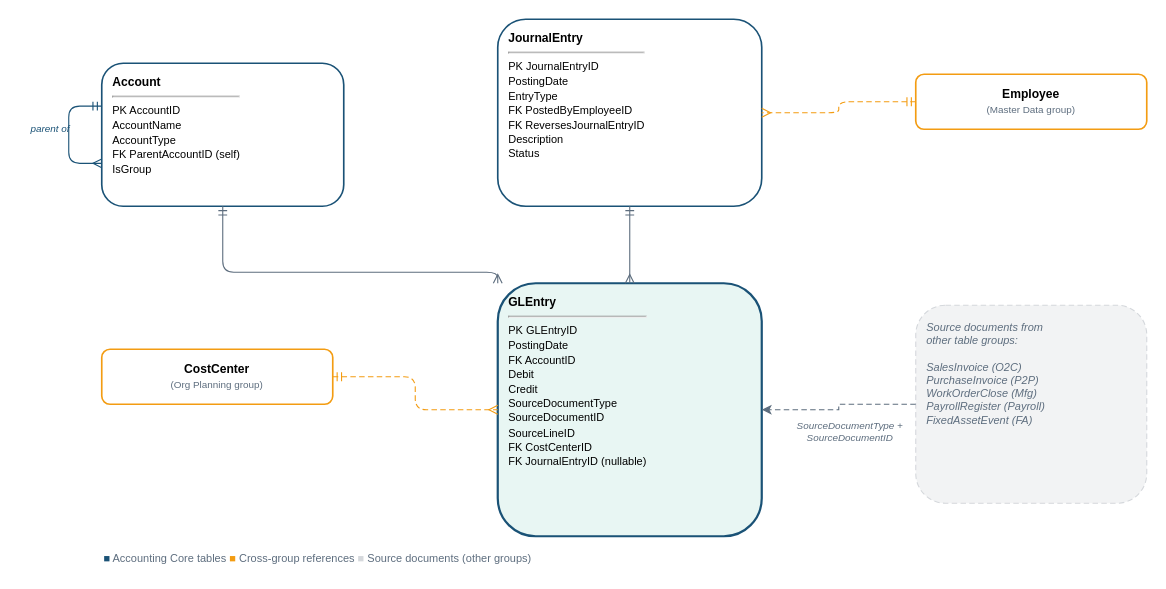
mmcodesso/Accounting_Analytics_Book keeps this draw.io diagram as visuals/src/fig-01-06-accounting-core-er.drawio. Above is the earlier version. Source tidied: cells renumbered, new cells numbered last; positions are measured from the earlier drawing's top-left corner, leaving out a move shared by most shapes. Both pictures are drawn from the tidied source at 110%, with x=0, y=0 at pixel (19, 19).
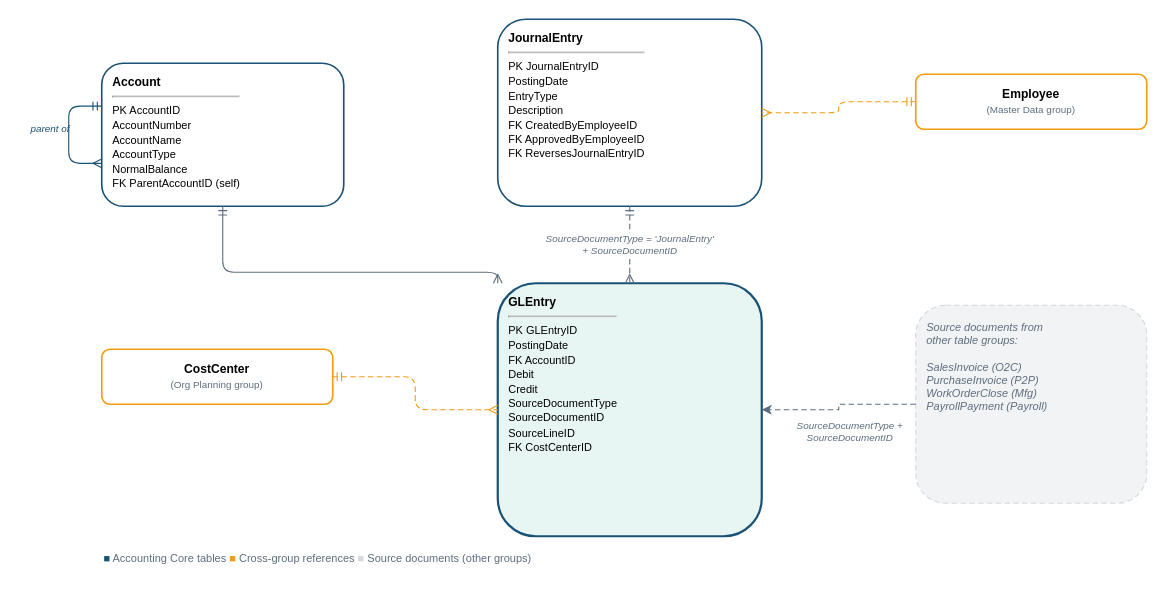
The same diagram, later.

The edit, as a diff of the source:
```diff
@@
-    <mxCell id="2" value="&lt;b&gt;Account&lt;/b&gt;&lt;hr&gt;&lt;font style='font-size:10px'&gt;PK AccountID&lt;br&gt;AccountName&lt;br&gt;AccountType&lt;br&gt;FK ParentAccountID (self)&lt;br&gt;IsGroup&lt;/font&gt;" style="rounded=1;whiteSpace=wrap;html=1;fillColor=#FFFFFF;strokeColor=#1A5276;strokeWidth=1.5;fontSize=11;fontFamily=Arial;align=left;spacingLeft=8;verticalAlign=top;spacingTop=4;" parent="1" vertex="1">
+    <mxCell id="2" value="&lt;b&gt;Account&lt;/b&gt;&lt;hr&gt;&lt;font style='font-size:10px'&gt;PK AccountID&lt;br&gt;AccountNumber&lt;br&gt;AccountName&lt;br&gt;AccountType&lt;br&gt;NormalBalance&lt;br&gt;FK ParentAccountID (self)&lt;/font&gt;" style="rounded=1;whiteSpace=wrap;html=1;fillColor=#FFFFFF;strokeColor=#1A5276;strokeWidth=1.5;fontSize=11;fontFamily=Arial;align=left;spacingLeft=8;verticalAlign=top;spacingTop=4;" parent="1" vertex="1">
       <mxGeometry x="75" y="40" width="220" height="130" as="geometry" />
     </mxCell>
@@
-    <mxCell id="5" value="&lt;b&gt;JournalEntry&lt;/b&gt;&lt;hr&gt;&lt;font style='font-size:10px'&gt;PK JournalEntryID&lt;br&gt;PostingDate&lt;br&gt;EntryType&lt;br&gt;FK PostedByEmployeeID&lt;br&gt;FK ReversesJournalEntryID&lt;br&gt;Description&lt;br&gt;Status&lt;/font&gt;" style="rounded=1;whiteSpace=wrap;html=1;fillColor=#FFFFFF;strokeColor=#1A5276;strokeWidth=1.5;fontSize=11;fontFamily=Arial;align=left;spacingLeft=8;verticalAlign=top;spacingTop=4;" parent="1" vertex="1">
+    <mxCell id="5" value="&lt;b&gt;JournalEntry&lt;/b&gt;&lt;hr&gt;&lt;font style='font-size:10px'&gt;PK JournalEntryID&lt;br&gt;PostingDate&lt;br&gt;EntryType&lt;br&gt;Description&lt;br&gt;FK CreatedByEmployeeID&lt;br&gt;FK ApprovedByEmployeeID&lt;br&gt;FK ReversesJournalEntryID&lt;/font&gt;" style="rounded=1;whiteSpace=wrap;html=1;fillColor=#FFFFFF;strokeColor=#1A5276;strokeWidth=1.5;fontSize=11;fontFamily=Arial;align=left;spacingLeft=8;verticalAlign=top;spacingTop=4;" parent="1" vertex="1">
       <mxGeometry x="435" width="240" height="170" as="geometry" />
     </mxCell>
-    <mxCell id="6" value="&lt;b&gt;GLEntry&lt;/b&gt;&lt;hr&gt;&lt;font style='font-size:10px'&gt;PK GLEntryID&lt;br&gt;PostingDate&lt;br&gt;FK AccountID&lt;br&gt;Debit&lt;br&gt;Credit&lt;br&gt;SourceDocumentType&lt;br&gt;SourceDocumentID&lt;br&gt;SourceLineID&lt;br&gt;FK CostCenterID&lt;br&gt;FK JournalEntryID (nullable)&lt;/font&gt;" style="rounded=1;whiteSpace=wrap;html=1;fillColor=#E8F6F3;strokeColor=#1A5276;strokeWidth=2;fontSize=11;fontFamily=Arial;align=left;spacingLeft=8;verticalAlign=top;spacingTop=4;" parent="1" vertex="1">
+    <mxCell id="6" value="&lt;b&gt;GLEntry&lt;/b&gt;&lt;hr&gt;&lt;font style='font-size:10px'&gt;PK GLEntryID&lt;br&gt;PostingDate&lt;br&gt;FK AccountID&lt;br&gt;Debit&lt;br&gt;Credit&lt;br&gt;SourceDocumentType&lt;br&gt;SourceDocumentID&lt;br&gt;SourceLineID&lt;br&gt;FK CostCenterID&lt;/font&gt;" style="rounded=1;whiteSpace=wrap;html=1;fillColor=#E8F6F3;strokeColor=#1A5276;strokeWidth=2;fontSize=11;fontFamily=Arial;align=left;spacingLeft=8;verticalAlign=top;spacingTop=4;" parent="1" vertex="1">
       <mxGeometry x="435" y="240" width="240" height="230" as="geometry" />
     </mxCell>
-    <mxCell id="7" value="&lt;font style='font-size:10px;color:#5D6D7E'&gt;&lt;i&gt;Source documents from&lt;br&gt;other table groups:&lt;br&gt;&lt;br&gt;SalesInvoice (O2C)&lt;br&gt;PurchaseInvoice (P2P)&lt;br&gt;WorkOrderClose (Mfg)&lt;br&gt;PayrollRegister (Payroll)&lt;br&gt;FixedAssetEvent (FA)&lt;/i&gt;&lt;/font&gt;" style="rounded=1;whiteSpace=wrap;html=1;fillColor=#F2F3F4;strokeColor=#D5D8DC;strokeWidth=1;fontSize=10;fontFamily=Arial;align=left;spacingLeft=8;verticalAlign=top;spacingTop=8;dashed=1;dashPattern=5 3;" parent="1" vertex="1">
+    <mxCell id="7" value="&lt;font style='font-size:10px;color:#5D6D7E'&gt;&lt;i&gt;Source documents from&lt;br&gt;other table groups:&lt;br&gt;&lt;br&gt;SalesInvoice (O2C)&lt;br&gt;PurchaseInvoice (P2P)&lt;br&gt;WorkOrderClose (Mfg)&lt;br&gt;PayrollPayment (Payroll)&lt;/i&gt;&lt;/font&gt;" style="rounded=1;whiteSpace=wrap;html=1;fillColor=#F2F3F4;strokeColor=#D5D8DC;strokeWidth=1;fontSize=10;fontFamily=Arial;align=left;spacingLeft=8;verticalAlign=top;spacingTop=8;dashed=1;dashPattern=5 3;" parent="1" vertex="1">
       <mxGeometry x="815" y="260" width="210" height="180" as="geometry" />
     </mxCell>
@@
-    <mxCell id="11" style="edgeStyle=orthogonalEdgeStyle;endArrow=ERmany;startArrow=ERmandOne;strokeColor=#5D6D7E;strokeWidth=1;" parent="1" edge="1" source="5" target="6">
+    <mxCell id="11" value="SourceDocumentType = 'JournalEntry'&lt;br&gt;+ SourceDocumentID" style="edgeStyle=orthogonalEdgeStyle;html=1;endArrow=ERmany;startArrow=ERmandOne;strokeColor=#5D6D7E;strokeWidth=1;dashed=1;dashPattern=5 3;fontColor=#5D6D7E;fontSize=9;fontStyle=2;fontFamily=Arial;labelBackgroundColor=#FFFFFF;" parent="1" edge="1" source="5" target="6">
       <mxGeometry relative="1" as="geometry" />
     </mxCell>
```
